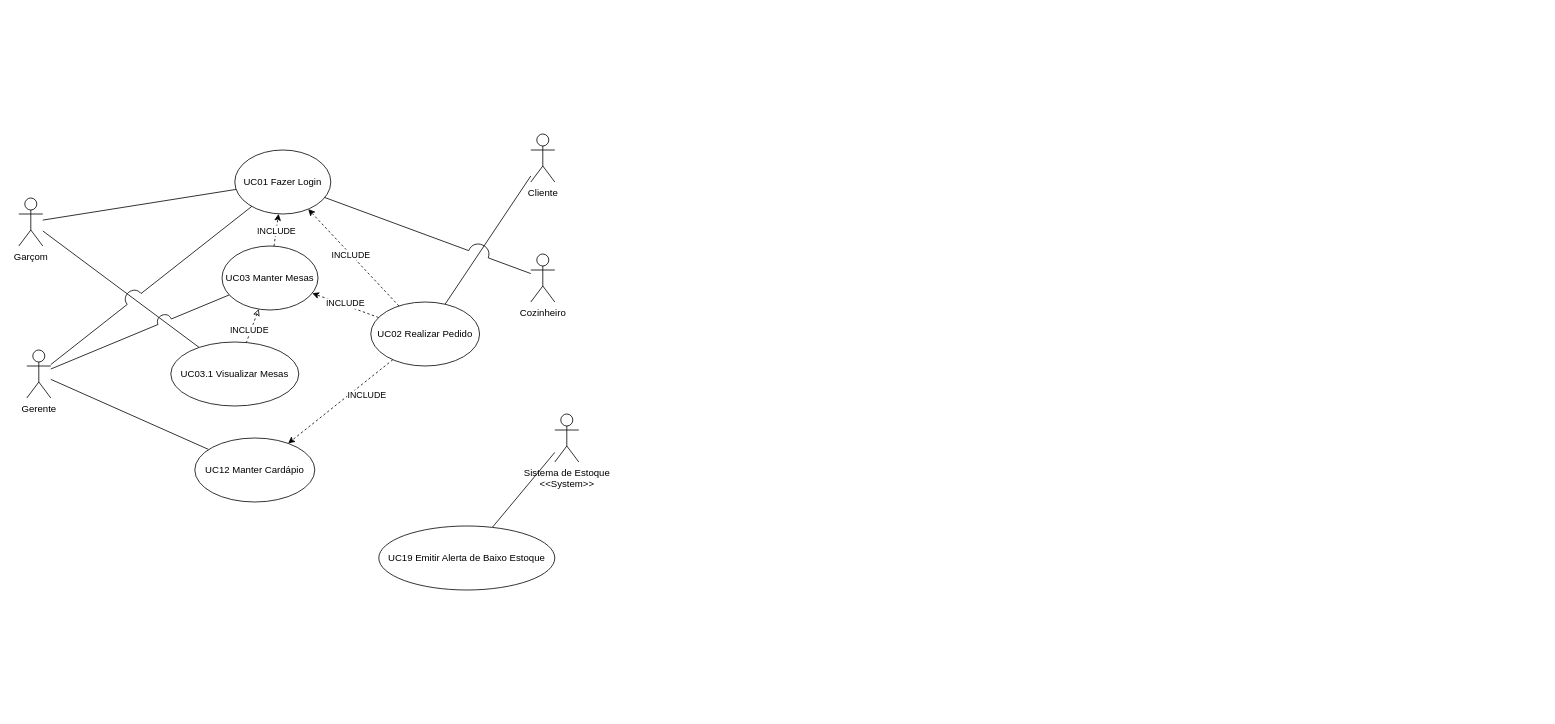
Before: TrabalhoFinal.drawio in Matheuspz/TrabalhoFinalRequisitos2, a draw.io diagram. Source tidied: cells renumbered, new cells numbered last; positions are measured from the earlier drawing's top-left corner, leaving out a move shared by most shapes. Both pictures are drawn from the tidied source at 80%, with x=0, y=0 at pixel (18, 134).
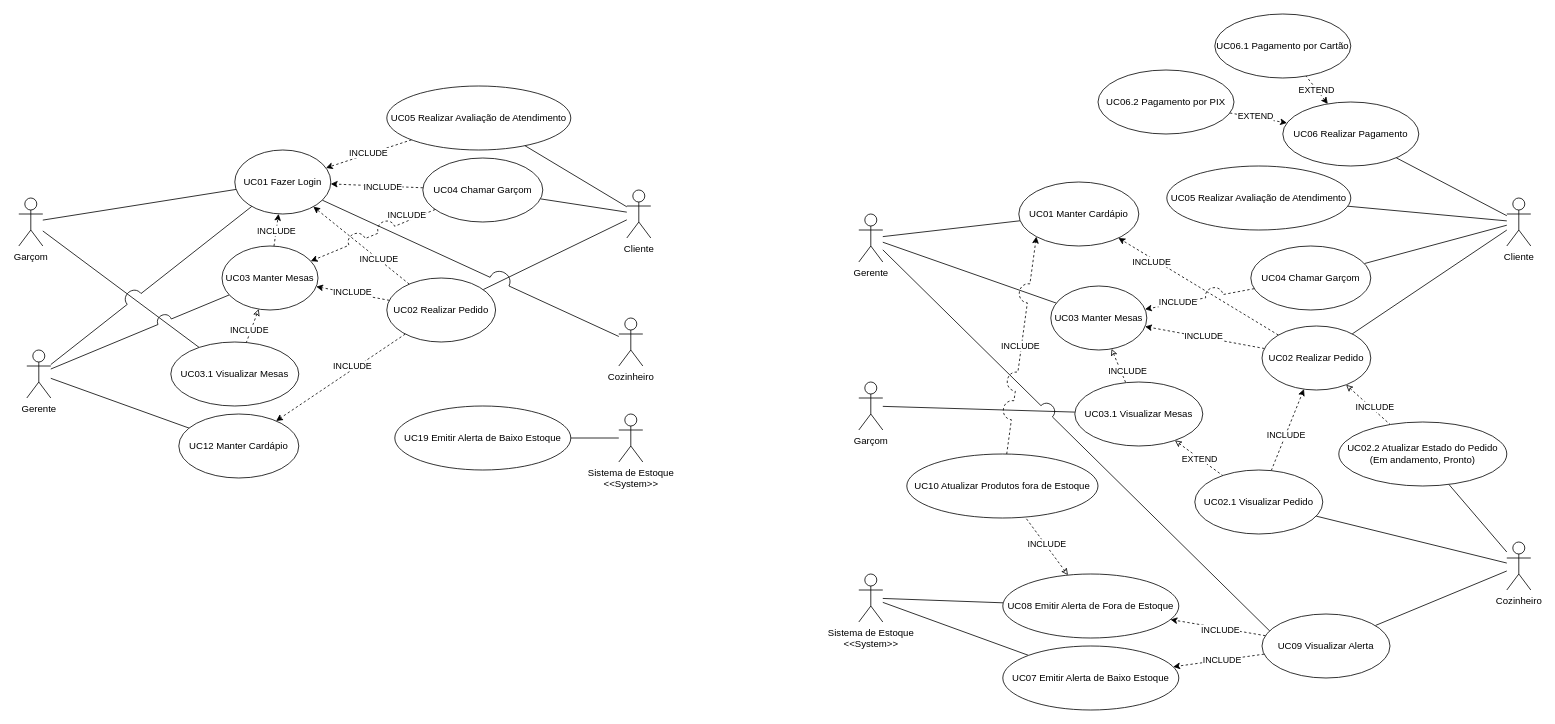
The same page after the edit.

The change refers to these unchanged cells:
```xml
<mxCell id="12" value="UC01 Fazer Login" style="ellipse;whiteSpace=wrap;html=1;" parent="1" vertex="1">
  <mxGeometry x="270" y="20" width="120" height="80" as="geometry" />
</mxCell>
<mxCell id="13" style="rounded=0;jettySize=auto;html=1;dashed=1;" parent="1" edge="1" source="19" target="12">
  <mxGeometry relative="1" as="geometry" />
</mxCell>
<mxCell id="17" style="rounded=0;jettySize=auto;html=1;dashed=1;jumpStyle=arc;jumpSize=25;" parent="1" edge="1" source="19" target="29">
  <mxGeometry relative="1" as="geometry" />
</mxCell>
<mxCell id="24" value="UC03 Manter Mesas" style="ellipse;whiteSpace=wrap;html=1;" parent="1" vertex="1">
  <mxGeometry x="254" y="140" width="120" height="80" as="geometry" />
</mxCell>
```

The edit, as a diff of the source:
```diff
@@
+    <mxCell id="31" style="rounded=0;jettySize=auto;html=1;endArrow=none;startFill=0;" parent="1" edge="1" source="3" target="37">
+      <mxGeometry relative="1" as="geometry" />
+    </mxCell>
+    <mxCell id="32" style="rounded=0;jettySize=auto;html=1;endArrow=none;startFill=0;" parent="1" edge="1" source="3" target="40">
+      <mxGeometry relative="1" as="geometry" />
+    </mxCell>
     <mxCell id="3" value="Cliente" style="shape=umlActor;verticalLabelPosition=bottom;verticalAlign=top;html=1;outlineConnect=0;" parent="1" vertex="1">
-      <mxGeometry x="640" width="30" height="60" as="geometry" />
+      <mxGeometry x="760" y="70" width="30" height="60" as="geometry" />
     </mxCell>
@@
     <mxCell id="8" value="Cozinheiro" style="shape=umlActor;verticalLabelPosition=bottom;verticalAlign=top;html=1;outlineConnect=0;" parent="1" vertex="1">
-      <mxGeometry x="640" y="150" width="30" height="60" as="geometry" />
+      <mxGeometry x="750" y="230" width="30" height="60" as="geometry" />
     </mxCell>
@@
     <mxCell id="11" value="Sistema de Estoque&lt;div&gt;&amp;lt;&amp;lt;System&amp;gt;&amp;gt;&lt;/div&gt;" style="shape=umlActor;verticalLabelPosition=bottom;verticalAlign=top;html=1;outlineConnect=0;" parent="1" vertex="1">
-      <mxGeometry x="670" y="350" width="30" height="60" as="geometry" />
+      <mxGeometry x="750" y="350" width="30" height="60" as="geometry" />
     </mxCell>
@@
     <mxCell id="14" value="INCLUDE" style="edgeLabel;html=1;align=center;verticalAlign=middle;" parent="13" vertex="1">
-      <mxGeometry x="0.07" relative="1" as="geometry" />
+      <mxGeometry x="0.07" relative="1" as="geometry">
+        <mxPoint x="25" y="19" as="offset" />
+      </mxGeometry>
     </mxCell>
@@
     <mxCell id="18" value="INCLUDE" style="edgeLabel;html=1;align=center;verticalAlign=middle;" parent="17" vertex="1">
       <mxGeometry x="-0.11" y="-1" relative="1" as="geometry">
-        <mxPoint x="26" y="-2" as="offset" />
+        <mxPoint x="6" y="-8" as="offset" />
       </mxGeometry>
     </mxCell>
     <mxCell id="19" value="UC02 Realizar Pedido" style="ellipse;whiteSpace=wrap;html=1;" parent="1" vertex="1">
-      <mxGeometry x="440" y="210" width="136" height="80" as="geometry" />
+      <mxGeometry x="460" y="180" width="136" height="80" as="geometry" />
     </mxCell>
@@
     <mxCell id="29" value="UC12 Manter Cardápio" style="ellipse;whiteSpace=wrap;html=1;" parent="1" vertex="1">
-      <mxGeometry x="220" y="380" width="150" height="80" as="geometry" />
+      <mxGeometry x="200" y="350" width="150" height="80" as="geometry" />
     </mxCell>
     <mxCell id="30" value="UC19 Emitir Alerta de Baixo Estoque" style="ellipse;whiteSpace=wrap;html=1;" parent="1" vertex="1">
-      <mxGeometry x="450" y="490" width="220" height="80" as="geometry" />
+      <mxGeometry x="470" y="340" width="220" height="80" as="geometry" />
     </mxCell>
+    <mxCell id="33" style="rounded=0;jettySize=auto;html=1;dashed=1;jumpStyle=arc;jumpSize=22;" parent="1" edge="1" source="37" target="24">
+      <mxGeometry relative="1" as="geometry" />
+    </mxCell>
+    <mxCell id="34" value="INCLUDE" style="edgeLabel;html=1;align=center;verticalAlign=middle;" parent="33" vertex="1">
+      <mxGeometry x="-0.17" y="-1" relative="1" as="geometry">
+        <mxPoint x="29" y="-20" as="offset" />
+      </mxGeometry>
+    </mxCell>
+    <mxCell id="35" style="rounded=0;jettySize=auto;html=1;dashed=1;" parent="1" edge="1" source="37" target="12">
+      <mxGeometry relative="1" as="geometry" />
+    </mxCell>
+    <mxCell id="36" value="INCLUDE" style="edgeLabel;html=1;align=center;verticalAlign=middle;" parent="35" vertex="1">
+      <mxGeometry x="-0.11" relative="1" as="geometry" />
+    </mxCell>
+    <mxCell id="37" value="UC04 Chamar Garçom" style="ellipse;whiteSpace=wrap;html=1;" parent="1" vertex="1">
+      <mxGeometry x="505" y="30" width="150" height="80" as="geometry" />
+    </mxCell>
+    <mxCell id="38" style="rounded=0;jettySize=auto;html=1;dashed=1;" parent="1" edge="1" source="40" target="12">
+      <mxGeometry relative="1" as="geometry" />
+    </mxCell>
+    <mxCell id="39" value="INCLUDE" style="edgeLabel;html=1;align=center;verticalAlign=middle;" parent="38" vertex="1">
+      <mxGeometry x="0.02" y="-2" relative="1" as="geometry" />
+    </mxCell>
+    <mxCell id="40" value="UC05 Realizar Avaliação de Atendimento" style="ellipse;whiteSpace=wrap;html=1;" parent="1" vertex="1">
+      <mxGeometry x="460" y="-60" width="230" height="80" as="geometry" />
+    </mxCell>
+    <mxCell id="41" style="rounded=0;jettySize=auto;html=1;endArrow=none;startFill=0;jumpStyle=arc;jumpSize=20;" parent="1" edge="1" source="45" target="62">
+      <mxGeometry relative="1" as="geometry" />
+    </mxCell>
+    <mxCell id="42" style="rounded=0;jettySize=auto;html=1;endArrow=none;startFill=0;" parent="1" edge="1" source="45" target="77">
+      <mxGeometry relative="1" as="geometry" />
+    </mxCell>
+    <mxCell id="43" style="rounded=0;jettySize=auto;html=1;endArrow=none;startFill=0;" parent="1" edge="1" source="45" target="78">
+      <mxGeometry relative="1" as="geometry" />
+    </mxCell>
+    <mxCell id="44" style="rounded=0;jettySize=auto;html=1;endArrow=none;startFill=0;" parent="1" edge="1" source="45" target="85">
+      <mxGeometry relative="1" as="geometry" />
+    </mxCell>
+    <mxCell id="45" value="Cliente" style="shape=umlActor;verticalLabelPosition=bottom;verticalAlign=top;html=1;outlineConnect=0;" parent="1" vertex="1">
+      <mxGeometry x="1860" y="80" width="30" height="60" as="geometry" />
+    </mxCell>
+    <mxCell id="46" style="rounded=0;jettySize=auto;html=1;jumpStyle=arc;jumpSize=20;endArrow=none;startFill=0;" parent="1" edge="1" source="47" target="68">
+      <mxGeometry relative="1" as="geometry" />
+    </mxCell>
+    <mxCell id="47" value="Garçom" style="shape=umlActor;verticalLabelPosition=bottom;verticalAlign=top;html=1;outlineConnect=0;" parent="1" vertex="1">
+      <mxGeometry x="1050" y="310" width="30" height="60" as="geometry" />
+    </mxCell>
+    <mxCell id="48" style="rounded=0;jettySize=auto;html=1;endArrow=none;startFill=0;" parent="1" edge="1" source="51" target="81">
+      <mxGeometry relative="1" as="geometry" />
+    </mxCell>
+    <mxCell id="49" style="rounded=0;jettySize=auto;html=1;endArrow=none;startFill=0;" parent="1" edge="1" source="51" target="82">
+      <mxGeometry relative="1" as="geometry" />
+    </mxCell>
+    <mxCell id="50" style="rounded=0;jettySize=auto;html=1;endArrow=none;startFill=0;" parent="1" edge="1" source="51" target="95">
+      <mxGeometry relative="1" as="geometry" />
+    </mxCell>
+    <mxCell id="51" value="Cozinheiro" style="shape=umlActor;verticalLabelPosition=bottom;verticalAlign=top;html=1;outlineConnect=0;" parent="1" vertex="1">
+      <mxGeometry x="1860" y="510" width="30" height="60" as="geometry" />
+    </mxCell>
+    <mxCell id="52" style="rounded=0;jettySize=auto;html=1;endArrow=none;startFill=0;jumpStyle=arc;jumpSize=18;" parent="1" edge="1" source="70" target="65">
+      <mxGeometry relative="1" as="geometry" />
+    </mxCell>
+    <mxCell id="53" style="rounded=0;jettySize=auto;html=1;endArrow=none;startFill=0;" parent="1" edge="1" source="55" target="74">
+      <mxGeometry relative="1" as="geometry" />
+    </mxCell>
+    <mxCell id="54" style="rounded=0;jettySize=auto;html=1;endArrow=none;startFill=0;" parent="1" edge="1" source="55" target="99">
+      <mxGeometry relative="1" as="geometry" />
+    </mxCell>
+    <mxCell id="55" value="Sistema de Estoque&lt;div&gt;&amp;lt;&amp;lt;System&amp;gt;&amp;gt;&lt;/div&gt;" style="shape=umlActor;verticalLabelPosition=bottom;verticalAlign=top;html=1;outlineConnect=0;" parent="1" vertex="1">
+      <mxGeometry x="1050" y="550" width="30" height="60" as="geometry" />
+    </mxCell>
+    <mxCell id="56" style="rounded=0;jettySize=auto;html=1;dashed=1;" parent="1" edge="1" source="62" target="65">
+      <mxGeometry relative="1" as="geometry" />
+    </mxCell>
+    <mxCell id="57" value="INCLUDE" style="edgeLabel;html=1;align=center;verticalAlign=middle;" parent="56" vertex="1">
+      <mxGeometry x="0.03" y="-2" relative="1" as="geometry" />
+    </mxCell>
+    <mxCell id="58" style="rounded=0;jettySize=auto;html=1;dashed=1;jumpStyle=arc;jumpSize=25;" parent="1" edge="1" source="62" target="71">
+      <mxGeometry relative="1" as="geometry" />
+    </mxCell>
+    <mxCell id="59" value="INCLUDE" style="edgeLabel;html=1;align=center;verticalAlign=middle;" parent="58" vertex="1">
+      <mxGeometry x="-0.11" y="-1" relative="1" as="geometry">
+        <mxPoint x="-71" y="-37" as="offset" />
+      </mxGeometry>
+    </mxCell>
+    <mxCell id="60" style="rounded=0;jettySize=auto;html=1;startArrow=classic;startFill=0;endArrow=none;dashed=1;" parent="1" edge="1" source="62" target="82">
+      <mxGeometry relative="1" as="geometry" />
+    </mxCell>
+    <mxCell id="61" value="INCLUDE" style="edgeLabel;html=1;align=center;verticalAlign=middle;" parent="60" vertex="1">
+      <mxGeometry x="-0.21" y="2" relative="1" as="geometry">
+        <mxPoint x="12" y="9" as="offset" />
+      </mxGeometry>
+    </mxCell>
+    <mxCell id="62" value="UC02 Realizar Pedido" style="ellipse;whiteSpace=wrap;html=1;" parent="1" vertex="1">
+      <mxGeometry x="1554" y="240" width="136" height="80" as="geometry" />
+    </mxCell>
+    <mxCell id="63" style="rounded=0;jettySize=auto;html=1;dashed=1;startArrow=classic;startFill=0;endArrow=none;jumpStyle=arc;jumpSize=25;" parent="1" edge="1" source="65" target="68">
+      <mxGeometry relative="1" as="geometry" />
+    </mxCell>
+    <mxCell id="64" value="INCLUDE" style="edgeLabel;html=1;align=center;verticalAlign=middle;" parent="63" vertex="1">
+      <mxGeometry x="0.01" y="3" relative="1" as="geometry">
+        <mxPoint x="8" y="7" as="offset" />
+      </mxGeometry>
+    </mxCell>
+    <mxCell id="65" value="UC03 Manter Mesas" style="ellipse;whiteSpace=wrap;html=1;" parent="1" vertex="1">
+      <mxGeometry x="1290" y="190" width="120" height="80" as="geometry" />
+    </mxCell>
+    <mxCell id="66" style="rounded=0;jettySize=auto;html=1;startArrow=classic;startFill=0;endArrow=none;dashed=1;" parent="1" edge="1" source="68" target="81">
+      <mxGeometry relative="1" as="geometry" />
+    </mxCell>
+    <mxCell id="67" value="EXTEND" style="edgeLabel;html=1;align=center;verticalAlign=middle;" parent="66" vertex="1">
+      <mxGeometry x="0.02" relative="1" as="geometry" />
+    </mxCell>
+    <mxCell id="68" value="UC03.1 Visualizar Mesas" style="ellipse;whiteSpace=wrap;html=1;" parent="1" vertex="1">
+      <mxGeometry x="1320" y="310" width="160" height="80" as="geometry" />
+    </mxCell>
+    <mxCell id="69" style="rounded=0;jettySize=auto;html=1;endArrow=none;startFill=0;jumpStyle=arc;jumpSize=25;" parent="1" edge="1" source="70" target="71">
+      <mxGeometry relative="1" as="geometry" />
+    </mxCell>
+    <mxCell id="70" value="Gerente" style="shape=umlActor;verticalLabelPosition=bottom;verticalAlign=top;html=1;outlineConnect=0;" parent="1" vertex="1">
+      <mxGeometry x="1050" y="100" width="30" height="60" as="geometry" />
+    </mxCell>
+    <mxCell id="71" value="UC01 Manter Cardápio" style="ellipse;whiteSpace=wrap;html=1;" parent="1" vertex="1">
+      <mxGeometry x="1250" y="60" width="150" height="80" as="geometry" />
+    </mxCell>
+    <mxCell id="72" style="rounded=0;jettySize=auto;html=1;startArrow=classic;startFill=0;endArrow=none;dashed=1;" parent="1" edge="1" source="99" target="98">
+      <mxGeometry relative="1" as="geometry" />
+    </mxCell>
+    <mxCell id="73" value="INCLUDE" style="edgeLabel;html=1;align=center;verticalAlign=middle;" parent="72" vertex="1">
+      <mxGeometry x="0.02" y="-1" relative="1" as="geometry">
+        <mxPoint y="-1" as="offset" />
+      </mxGeometry>
+    </mxCell>
+    <mxCell id="74" value="UC07 Emitir Alerta de Baixo Estoque" style="ellipse;whiteSpace=wrap;html=1;" parent="1" vertex="1">
+      <mxGeometry x="1230" y="640" width="220" height="80" as="geometry" />
+    </mxCell>
+    <mxCell id="75" style="rounded=0;jettySize=auto;html=1;dashed=1;jumpStyle=arc;jumpSize=22;" parent="1" edge="1" source="77" target="65">
+      <mxGeometry relative="1" as="geometry" />
+    </mxCell>
+    <mxCell id="76" value="INCLUDE" style="edgeLabel;html=1;align=center;verticalAlign=middle;" parent="75" vertex="1">
+      <mxGeometry x="-0.17" y="-1" relative="1" as="geometry">
+        <mxPoint x="-39" y="6" as="offset" />
+      </mxGeometry>
+    </mxCell>
+    <mxCell id="77" value="UC04 Chamar Garçom" style="ellipse;whiteSpace=wrap;html=1;" parent="1" vertex="1">
+      <mxGeometry x="1540" y="140" width="150" height="80" as="geometry" />
+    </mxCell>
+    <mxCell id="78" value="UC05 Realizar Avaliação de Atendimento" style="ellipse;whiteSpace=wrap;html=1;" parent="1" vertex="1">
+      <mxGeometry x="1435" y="40" width="230" height="80" as="geometry" />
+    </mxCell>
+    <mxCell id="79" style="rounded=0;jettySize=auto;html=1;endArrow=classic;endFill=1;dashed=1;" parent="1" edge="1" source="81" target="62">
+      <mxGeometry relative="1" as="geometry" />
+    </mxCell>
+    <mxCell id="80" value="INCLUDE" style="edgeLabel;html=1;align=center;verticalAlign=middle;" parent="79" vertex="1">
+      <mxGeometry x="-0.13" relative="1" as="geometry" />
+    </mxCell>
+    <mxCell id="81" value="UC02.1 Visualizar Pedido" style="ellipse;whiteSpace=wrap;html=1;" parent="1" vertex="1">
+      <mxGeometry x="1470" y="420" width="160" height="80" as="geometry" />
+    </mxCell>
+    <mxCell id="82" value="UC02.2 Atualizar Estado do Pedido (Em andamento, Pronto)" style="ellipse;whiteSpace=wrap;html=1;" parent="1" vertex="1">
+      <mxGeometry x="1650" y="360" width="210" height="80" as="geometry" />
+    </mxCell>
+    <mxCell id="83" style="rounded=0;jettySize=auto;html=1;startArrow=classic;startFill=1;endArrow=none;dashed=1;" parent="1" edge="1" source="85" target="86">
+      <mxGeometry relative="1" as="geometry" />
+    </mxCell>
+    <mxCell id="84" value="EXTEND" style="edgeLabel;html=1;align=center;verticalAlign=middle;" parent="83" vertex="1">
+      <mxGeometry x="0.05" y="1" relative="1" as="geometry" />
+    </mxCell>
+    <mxCell id="85" value="UC06 Realizar Pagamento" style="ellipse;whiteSpace=wrap;html=1;" parent="1" vertex="1">
+      <mxGeometry x="1580" y="-40" width="170" height="80" as="geometry" />
+    </mxCell>
+    <mxCell id="86" value="UC06.1 Pagamento por Cartão" style="ellipse;whiteSpace=wrap;html=1;" parent="1" vertex="1">
+      <mxGeometry x="1495" y="-150" width="170" height="80" as="geometry" />
+    </mxCell>
+    <mxCell id="87" style="rounded=0;jettySize=auto;html=1;dashed=1;" parent="1" edge="1" source="89" target="85">
+      <mxGeometry relative="1" as="geometry" />
+    </mxCell>
+    <mxCell id="88" value="EXTEND" style="edgeLabel;html=1;align=center;verticalAlign=middle;" parent="87" vertex="1">
+      <mxGeometry x="-0.13" y="2" relative="1" as="geometry" />
+    </mxCell>
+    <mxCell id="89" value="UC06.2 Pagamento por PIX" style="ellipse;whiteSpace=wrap;html=1;" parent="1" vertex="1">
+      <mxGeometry x="1349" y="-80" width="170" height="80" as="geometry" />
+    </mxCell>
+    <mxCell id="90" style="rounded=0;jettySize=auto;html=1;jumpStyle=arc;jumpSize=20;exitX=0.075;exitY=0.294;exitDx=0;exitDy=0;exitPerimeter=0;endArrow=none;startFill=0;" parent="1" edge="1" source="95" target="70">
+      <mxGeometry relative="1" as="geometry" />
+    </mxCell>
+    <mxCell id="91" style="rounded=0;jettySize=auto;html=1;dashed=1;" parent="1" edge="1" source="95" target="74">
+      <mxGeometry relative="1" as="geometry" />
+    </mxCell>
+    <mxCell id="92" value="INCLUDE" style="edgeLabel;html=1;align=center;verticalAlign=middle;" parent="91" vertex="1">
+      <mxGeometry x="-0.05" relative="1" as="geometry" />
+    </mxCell>
+    <mxCell id="93" style="rounded=0;jettySize=auto;html=1;dashed=1;" parent="1" edge="1" source="95" target="99">
+      <mxGeometry relative="1" as="geometry" />
+    </mxCell>
+    <mxCell id="94" value="INCLUDE" style="edgeLabel;html=1;align=center;verticalAlign=middle;" parent="93" vertex="1">
+      <mxGeometry x="-0.05" y="2" relative="1" as="geometry" />
+    </mxCell>
+    <mxCell id="95" value="UC09 Visualizar Alerta" style="ellipse;whiteSpace=wrap;html=1;" parent="1" vertex="1">
+      <mxGeometry x="1554" y="600" width="160" height="80" as="geometry" />
+    </mxCell>
+    <mxCell id="96" style="rounded=0;jettySize=auto;html=1;entryX=0;entryY=1;entryDx=0;entryDy=0;jumpStyle=arc;jumpSize=24;dashed=1;" parent="1" edge="1" source="98" target="71">
+      <mxGeometry relative="1" as="geometry" />
+    </mxCell>
+    <mxCell id="97" value="INCLUDE" style="edgeLabel;html=1;align=center;verticalAlign=middle;" parent="96" vertex="1">
+      <mxGeometry x="-0.01" y="2" relative="1" as="geometry">
+        <mxPoint y="-1" as="offset" />
+      </mxGeometry>
+    </mxCell>
+    <mxCell id="98" value="UC10 Atualizar Produtos fora de Estoque" style="ellipse;whiteSpace=wrap;html=1;" parent="1" vertex="1">
+      <mxGeometry x="1110" y="400" width="239" height="80" as="geometry" />
+    </mxCell>
+    <mxCell id="99" value="UC08 Emitir Alerta de Fora de Estoque" style="ellipse;whiteSpace=wrap;html=1;" parent="1" vertex="1">
+      <mxGeometry x="1230" y="550" width="220" height="80" as="geometry" />
+    </mxCell>
```
